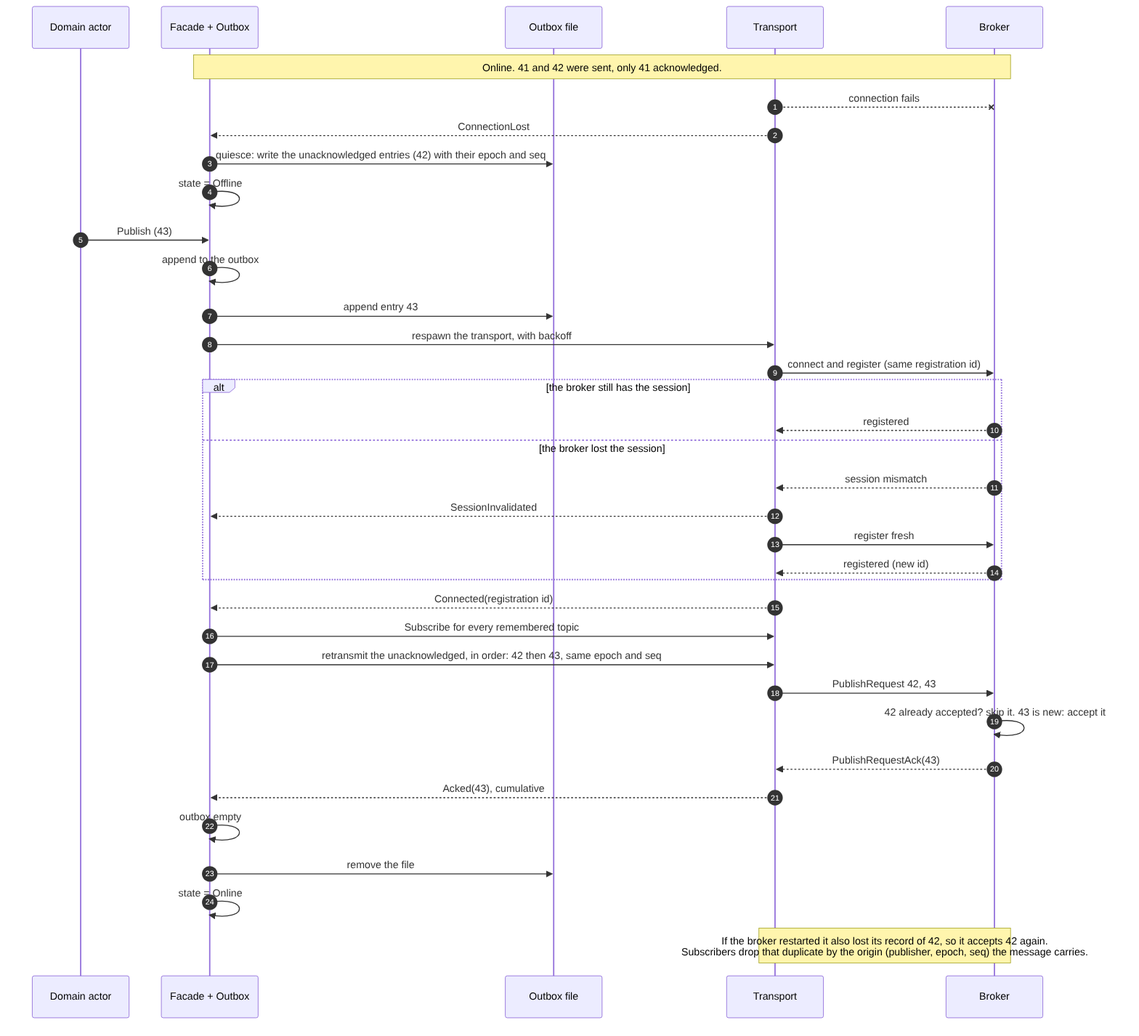
Earlier version of the Mermaid export docs/architecture/sequences/general/cassini_client_recovery.png (cmu-sei/Polar). Its source is kept beside it as docs/architecture/sequences/general/cassini_client_recovery.mmd.
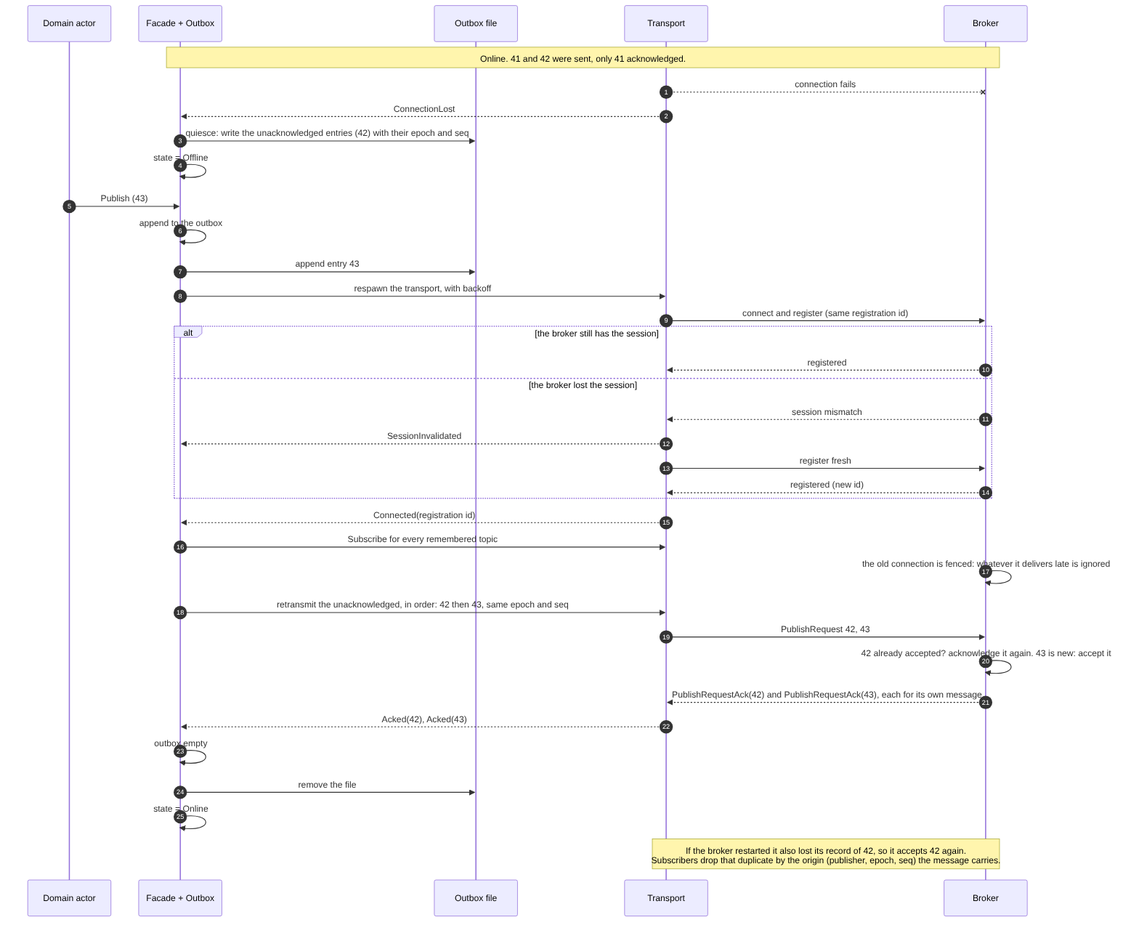
After the commit.

Commit message:
docs: the Cassini client design acknowledges per message, and drains at ProceedWithShutdown

Diff of the diagram source:
```diff
@@ -26,11 +26,12 @@
     end
     T-->>F: Connected(registration id)
     F->>T: Subscribe for every remembered topic
+    B->>B: the old connection is fenced: whatever it delivers late is ignored
     F->>T: retransmit the unacknowledged, in order: 42 then 43, same epoch and seq
     T->>B: PublishRequest 42, 43
-    B->>B: 42 already accepted? skip it. 43 is new: accept it
-    B-->>T: PublishRequestAck(43)
-    T-->>F: Acked(43), cumulative
+    B->>B: 42 already accepted? acknowledge it again. 43 is new: accept it
+    B-->>T: PublishRequestAck(42) and PublishRequestAck(43), each for its own message
+    T-->>F: Acked(42), Acked(43)
     F->>F: outbox empty
     F->>Disk: remove the file
     F->>F: state = Online
```
